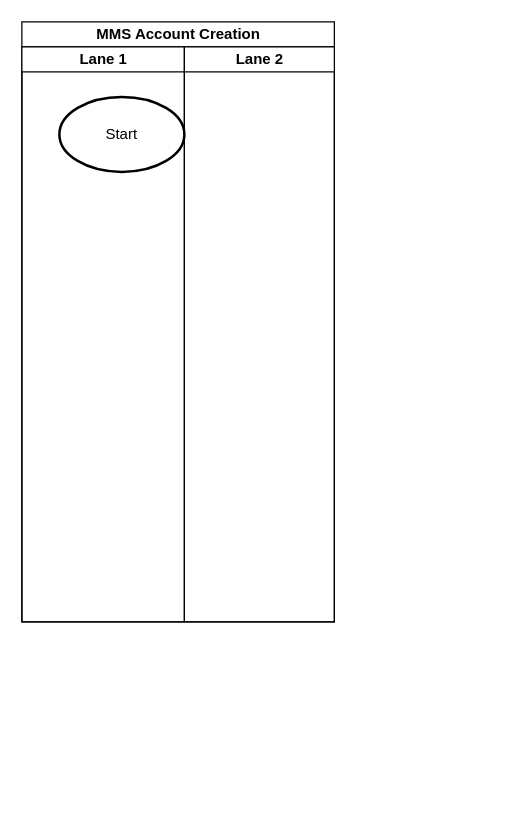
GmallSysdev/gmall.diagram keeps this draw.io diagram as page "Page-1" (1 of 2) of Untitled Diagram.drawio. Above is the earlier version. Source tidied: cells renumbered, new cells numbered last; positions are measured from the earlier drawing's top-left corner, leaving out a move shared by most shapes. Both pictures are drawn from the tidied source at 125%, with x=0, y=0 at pixel (21, 21).
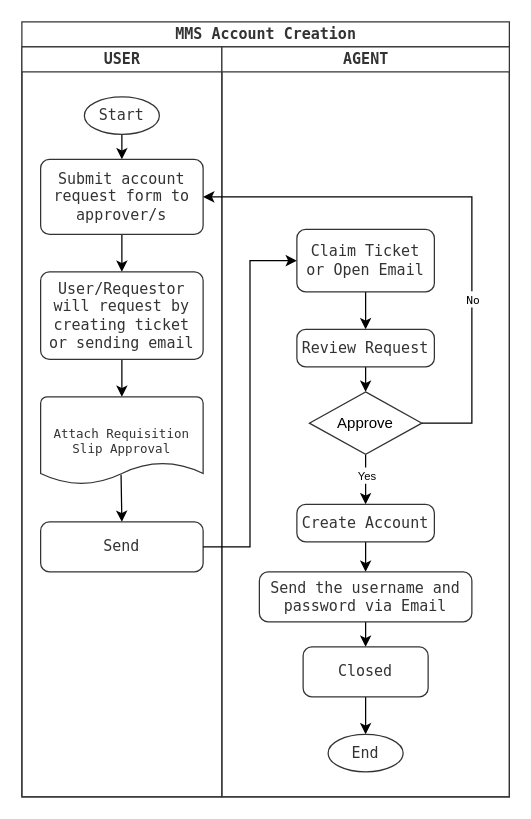
The same page after the edit.

The edit, as a diff of the source:
```diff
@@
-    <mxCell id="2" value="MMS Account Creation" style="swimlane;startSize=20;html=1;" parent="1" vertex="1">
-      <mxGeometry width="250" height="480" as="geometry" />
+    <mxCell id="2" value="MMS Account Creation" style="swimlane;startSize=20;html=1;strokeColor=#333333;fontColor=#333333;fontFamily=Lucida Console;" parent="1" vertex="1">
+      <mxGeometry width="390" height="620" as="geometry" />
     </mxCell>
-    <mxCell id="3" value="Lane 1" style="swimlane;startSize=20;html=1;" parent="2" vertex="1">
-      <mxGeometry y="20" width="130" height="460" as="geometry" />
+    <mxCell id="3" value="USER" style="swimlane;startSize=20;html=1;strokeColor=#333333;fontColor=#333333;fontFamily=Lucida Console;" parent="2" vertex="1">
+      <mxGeometry y="20" width="160" height="600" as="geometry" />
     </mxCell>
+    <mxCell id="6" style="edgeStyle=orthogonalEdgeStyle;rounded=0;jettySize=auto;html=1;exitX=0.5;exitY=1;exitDx=0;exitDy=0;exitPerimeter=0;entryX=0.5;entryY=0;entryDx=0;entryDy=0;" parent="3" edge="1" source="4" target="8">
+      <mxGeometry relative="1" as="geometry" />
+    </mxCell>
-    <mxCell id="4" value="Start" style="strokeWidth=2;html=1;shape=mxgraph.flowchart.start_1;whiteSpace=wrap;" parent="3" vertex="1">
-      <mxGeometry x="30" y="40" width="100" height="60" as="geometry" />
+    <mxCell id="4" value="Start" style="strokeWidth=1;html=1;shape=mxgraph.flowchart.start_1;whiteSpace=wrap;strokeColor=#333333;fontColor=#333333;fontFamily=Lucida Console;" parent="3" vertex="1">
+      <mxGeometry x="50" y="40" width="60" height="30" as="geometry" />
     </mxCell>
+    <mxCell id="7" style="edgeStyle=orthogonalEdgeStyle;rounded=0;jettySize=auto;html=1;exitX=0.5;exitY=1;exitDx=0;exitDy=0;entryX=0.5;entryY=0;entryDx=0;entryDy=0;" parent="3" edge="1" source="8" target="10">
+      <mxGeometry relative="1" as="geometry" />
+    </mxCell>
+    <mxCell id="8" value="Submit account request form to approver/s" style="rounded=1;whiteSpace=wrap;html=1;absoluteArcSize=1;arcSize=14;strokeWidth=1;strokeColor=#333333;fontColor=#333333;fontFamily=Lucida Console;" parent="3" vertex="1">
+      <mxGeometry x="15" y="90" width="130" height="60" as="geometry" />
+    </mxCell>
+    <mxCell id="9" style="edgeStyle=orthogonalEdgeStyle;rounded=0;jettySize=auto;html=1;entryX=0.5;entryY=0;entryDx=0;entryDy=0;entryPerimeter=0;" parent="3" edge="1" source="10" target="12">
+      <mxGeometry relative="1" as="geometry" />
+    </mxCell>
+    <mxCell id="10" value="User/Requestor will request by creating ticket or sending email" style="rounded=1;whiteSpace=wrap;html=1;absoluteArcSize=1;arcSize=14;strokeWidth=1;strokeColor=#333333;fontColor=#333333;fontFamily=Lucida Console;" parent="3" vertex="1">
+      <mxGeometry x="15" y="180" width="130" height="70" as="geometry" />
+    </mxCell>
+    <mxCell id="11" style="edgeStyle=orthogonalEdgeStyle;rounded=0;jettySize=auto;html=1;entryX=0.5;entryY=0;entryDx=0;entryDy=0;exitX=0.495;exitY=0.89;exitDx=0;exitDy=0;exitPerimeter=0;" parent="3" edge="1" source="12" target="13">
+      <mxGeometry relative="1" as="geometry" />
+    </mxCell>
+    <mxCell id="12" value="Attach Requisition Slip Approval" style="strokeWidth=1;html=1;shape=mxgraph.flowchart.document2;whiteSpace=wrap;size=0.25;fontSize=10;fontFamily=Lucida Console;fontColor=#333333;strokeColor=#333333;" parent="3" vertex="1">
+      <mxGeometry x="15" y="280" width="130" height="70" as="geometry" />
+    </mxCell>
+    <mxCell id="13" value="Send" style="rounded=1;whiteSpace=wrap;html=1;absoluteArcSize=1;arcSize=14;strokeWidth=1;strokeColor=#333333;fontColor=#333333;fontFamily=Lucida Console;" parent="3" vertex="1">
+      <mxGeometry x="15" y="380" width="130" height="40" as="geometry" />
+    </mxCell>
-    <mxCell id="5" value="Lane 2" style="swimlane;startSize=20;html=1;" parent="2" vertex="1">
-      <mxGeometry x="130" y="20" width="120" height="460" as="geometry" />
+    <mxCell id="5" value="AGENT" style="swimlane;startSize=20;html=1;strokeColor=#333333;fontColor=#333333;fontFamily=Lucida Console;" parent="2" vertex="1">
+      <mxGeometry x="160" y="20" width="230" height="600" as="geometry" />
     </mxCell>
+    <mxCell id="14" style="edgeStyle=orthogonalEdgeStyle;rounded=0;jettySize=auto;html=1;entryX=0.5;entryY=0;entryDx=0;entryDy=0;" parent="5" edge="1" source="15" target="17">
+      <mxGeometry relative="1" as="geometry" />
+    </mxCell>
+    <mxCell id="15" value="Claim Ticket or Open Email" style="rounded=1;whiteSpace=wrap;html=1;absoluteArcSize=1;arcSize=14;strokeWidth=1;strokeColor=#333333;fontColor=#333333;fontFamily=Lucida Console;" parent="5" vertex="1">
+      <mxGeometry x="60" y="146" width="110" height="50" as="geometry" />
+    </mxCell>
+    <mxCell id="16" style="edgeStyle=orthogonalEdgeStyle;rounded=0;jettySize=auto;html=1;exitX=0.5;exitY=1;exitDx=0;exitDy=0;entryX=0.5;entryY=0;entryDx=0;entryDy=0;entryPerimeter=0;" parent="5" edge="1" source="17" target="20">
+      <mxGeometry relative="1" as="geometry" />
+    </mxCell>
+    <mxCell id="17" value="Review Request" style="rounded=1;whiteSpace=wrap;html=1;absoluteArcSize=1;arcSize=14;strokeWidth=1;strokeColor=#333333;fontColor=#333333;fontFamily=Lucida Console;" parent="5" vertex="1">
+      <mxGeometry x="60" y="226" width="110" height="30" as="geometry" />
+    </mxCell>
+    <mxCell id="18" style="edgeStyle=orthogonalEdgeStyle;rounded=0;jettySize=auto;html=1;exitX=0.5;exitY=1;exitDx=0;exitDy=0;exitPerimeter=0;entryX=0.5;entryY=0;entryDx=0;entryDy=0;" parent="5" edge="1" source="20" target="22">
+      <mxGeometry relative="1" as="geometry">
+        <Array as="points">
+          <mxPoint x="115" y="336" />
+          <mxPoint x="115" y="336" />
+        </Array>
+      </mxGeometry>
+    </mxCell>
+    <mxCell id="19" value="&lt;font style=&quot;font-size: 9px;&quot;&gt;Yes&lt;/font&gt;" style="edgeLabel;html=1;align=center;verticalAlign=middle;" parent="18" vertex="1">
+      <mxGeometry x="-0.22" relative="1" as="geometry" />
+    </mxCell>
+    <mxCell id="20" value="Approve" style="strokeWidth=1;html=1;shape=mxgraph.flowchart.decision;whiteSpace=wrap;strokeColor=#333333;" parent="5" vertex="1">
+      <mxGeometry x="70" y="276" width="90" height="50" as="geometry" />
+    </mxCell>
+    <mxCell id="21" style="edgeStyle=orthogonalEdgeStyle;rounded=0;jettySize=auto;html=1;exitX=0.5;exitY=1;exitDx=0;exitDy=0;entryX=0.5;entryY=0;entryDx=0;entryDy=0;" parent="5" edge="1" source="22" target="24">
+      <mxGeometry relative="1" as="geometry" />
+    </mxCell>
+    <mxCell id="22" value="Create Account" style="rounded=1;whiteSpace=wrap;html=1;absoluteArcSize=1;arcSize=14;strokeWidth=1;strokeColor=#333333;fontColor=#333333;fontFamily=Lucida Console;" parent="5" vertex="1">
+      <mxGeometry x="60" y="366" width="110" height="30" as="geometry" />
+    </mxCell>
+    <mxCell id="23" style="edgeStyle=orthogonalEdgeStyle;rounded=0;jettySize=auto;html=1;exitX=0.5;exitY=1;exitDx=0;exitDy=0;entryX=0.5;entryY=0;entryDx=0;entryDy=0;" parent="5" edge="1" source="24" target="26">
+      <mxGeometry relative="1" as="geometry" />
+    </mxCell>
+    <mxCell id="24" value="Send the username and password via Email" style="rounded=1;whiteSpace=wrap;html=1;absoluteArcSize=1;arcSize=14;strokeWidth=1;strokeColor=#333333;fontColor=#333333;fontFamily=Lucida Console;" parent="5" vertex="1">
+      <mxGeometry x="30" y="420" width="170" height="40" as="geometry" />
+    </mxCell>
+    <mxCell id="25" style="edgeStyle=orthogonalEdgeStyle;rounded=0;jettySize=auto;html=1;exitX=0.5;exitY=1;exitDx=0;exitDy=0;entryX=0.5;entryY=0;entryDx=0;entryDy=0;entryPerimeter=0;" parent="5" edge="1" source="26" target="27">
+      <mxGeometry relative="1" as="geometry" />
+    </mxCell>
+    <mxCell id="26" value="Closed" style="rounded=1;whiteSpace=wrap;html=1;absoluteArcSize=1;arcSize=14;strokeWidth=1;strokeColor=#333333;fontColor=#333333;fontFamily=Lucida Console;" parent="5" vertex="1">
+      <mxGeometry x="65" y="480" width="100" height="40" as="geometry" />
+    </mxCell>
+    <mxCell id="27" value="End" style="strokeWidth=1;html=1;shape=mxgraph.flowchart.start_1;whiteSpace=wrap;strokeColor=#333333;fontColor=#333333;fontFamily=Lucida Console;" parent="5" vertex="1">
+      <mxGeometry x="85" y="550" width="60" height="30" as="geometry" />
+    </mxCell>
+    <mxCell id="28" style="edgeStyle=orthogonalEdgeStyle;rounded=0;jettySize=auto;html=1;exitX=1;exitY=0.5;exitDx=0;exitDy=0;entryX=0;entryY=0.5;entryDx=0;entryDy=0;" parent="2" edge="1" source="13" target="15">
+      <mxGeometry relative="1" as="geometry" />
+    </mxCell>
+    <mxCell id="29" style="edgeStyle=orthogonalEdgeStyle;rounded=0;jettySize=auto;html=1;entryX=1;entryY=0.5;entryDx=0;entryDy=0;" parent="2" edge="1" source="20" target="8">
+      <mxGeometry relative="1" as="geometry">
+        <Array as="points">
+          <mxPoint x="360" y="321" />
+          <mxPoint x="360" y="140" />
+        </Array>
+      </mxGeometry>
+    </mxCell>
+    <mxCell id="30" value="&lt;font style=&quot;font-size: 9px;&quot; face=&quot;Lucida Console&quot;&gt;No&lt;/font&gt;" style="edgeLabel;html=1;align=center;verticalAlign=middle;" parent="29" vertex="1">
+      <mxGeometry x="-0.36" relative="1" as="geometry" />
+    </mxCell>
```
